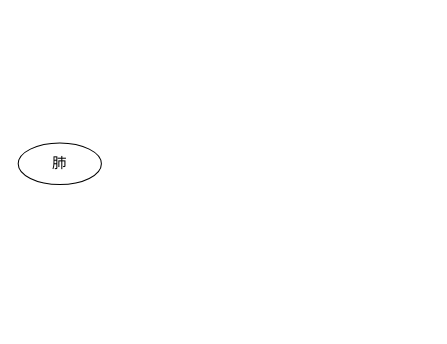
Before: 医门推敲叁/中医藏象学说/藏像学说之肺/肺的主要生理功能/肺朝百脉.drawio in 328507133/chart, a draw.io diagram. Source tidied: cells renumbered, new cells numbered last; positions are measured from the earlier drawing's top-left corner, leaving out a move shared by most shapes. Both pictures are drawn from the tidied source at 104%, with x=0, y=0 at pixel (18, 142).
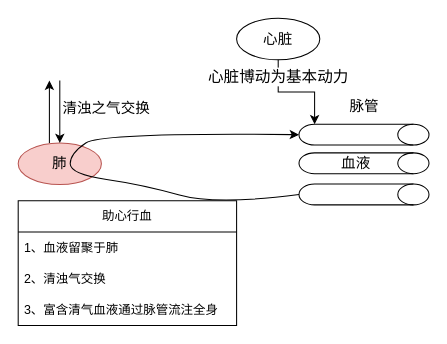
The same diagram, later.

Commit message (it also covers changes not shown here):
更新肺朝百脉.drawio

What changed in the source:
```diff
@@
-    <mxCell id="2" value="肺" style="ellipse;whiteSpace=wrap;html=1;fontSize=14;" parent="1" vertex="1">
+    <mxCell id="2" value="肺" style="ellipse;whiteSpace=wrap;html=1;fontSize=14;fillColor=#f8cecc;strokeColor=#b85450;" parent="1" vertex="1">
       <mxGeometry width="80" height="40" as="geometry" />
     </mxCell>
+    <mxCell id="3" style="group;" parent="1" vertex="1">
+      <mxGeometry x="270" y="-18" width="125" height="77.5" as="geometry" />
+    </mxCell>
+    <mxCell id="4" style="shape=cylinder3;whiteSpace=wrap;html=1;boundedLbl=1;backgroundOutline=1;size=15;rotation=90;" parent="3" vertex="1">
+      <mxGeometry x="52.5" y="-52.5" width="20" height="125" as="geometry" />
+    </mxCell>
+    <mxCell id="5" style="shape=cylinder3;whiteSpace=wrap;html=1;boundedLbl=1;backgroundOutline=1;size=15;rotation=90;" parent="3" vertex="1">
+      <mxGeometry x="52.5" y="-25" width="20" height="125" as="geometry" />
+    </mxCell>
+    <mxCell id="6" style="shape=cylinder3;whiteSpace=wrap;html=1;boundedLbl=1;backgroundOutline=1;size=15;rotation=90;" parent="3" vertex="1">
+      <mxGeometry x="52.5" y="5" width="20" height="125" as="geometry" />
+    </mxCell>
+    <mxCell id="7" value="血液" style="text;html=1;align=center;verticalAlign=middle;whiteSpace=wrap;rounded=0;fontSize=14;" parent="3" vertex="1">
+      <mxGeometry x="25" y="23" width="60" height="30" as="geometry" />
+    </mxCell>
+    <mxCell id="8" style="curved=1;endArrow=classic;html=1;rounded=0;entryX=0.5;entryY=1;entryDx=0;entryDy=0;entryPerimeter=0;exitX=0.5;exitY=1;exitDx=0;exitDy=0;exitPerimeter=0;" parent="3" edge="1" source="6" target="4">
+      <mxGeometry relative="1" as="geometry">
+        <Array as="points">
+          <mxPoint x="-80" y="78" />
+          <mxPoint x="-150" y="58" />
+          <mxPoint x="-220" y="48" />
+          <mxPoint x="-220" y="28" />
+          <mxPoint x="-190" y="8" />
+        </Array>
+      </mxGeometry>
+    </mxCell>
+    <mxCell id="9" value="脉管" style="text;html=1;align=center;verticalAlign=middle;whiteSpace=wrap;rounded=0;fontSize=14;" parent="1" vertex="1">
+      <mxGeometry x="302.5" y="-50" width="60" height="30" as="geometry" />
+    </mxCell>
+    <mxCell id="10" style="endArrow=classic;html=1;rounded=0;" parent="1" edge="1">
+      <mxGeometry relative="1" as="geometry">
+        <mxPoint x="30" as="sourcePoint" />
+        <mxPoint x="30" y="-60" as="targetPoint" />
+      </mxGeometry>
+    </mxCell>
+    <mxCell id="11" style="endArrow=classic;html=1;rounded=0;" parent="1" edge="1" target="2">
+      <mxGeometry relative="1" as="geometry">
+        <mxPoint x="40" y="-60" as="sourcePoint" />
+      </mxGeometry>
+    </mxCell>
+    <mxCell id="12" value="清浊之气交换" style="text;html=1;align=center;verticalAlign=middle;whiteSpace=wrap;rounded=0;fontSize=14;" parent="1" vertex="1">
+      <mxGeometry x="40" y="-48" width="90" height="30" as="geometry" />
+    </mxCell>
+    <mxCell id="13" value="助心行血" style="swimlane;fontStyle=0;horizontal=1;startSize=30;whiteSpace=wrap;html=1;" parent="1" vertex="1">
+      <mxGeometry y="55.5" width="210" height="120" as="geometry" />
+    </mxCell>
+    <mxCell id="14" value="1、血液留聚于肺" style="text;strokeColor=none;fillColor=none;align=left;verticalAlign=middle;spacingLeft=4;spacingRight=4;overflow=hidden;whiteSpace=wrap;html=1;" parent="13" vertex="1">
+      <mxGeometry y="30" width="210" height="30" as="geometry" />
+    </mxCell>
+    <mxCell id="15" value="2、清浊气交换" style="text;strokeColor=none;fillColor=none;align=left;verticalAlign=middle;spacingLeft=4;spacingRight=4;overflow=hidden;whiteSpace=wrap;html=1;" parent="13" vertex="1">
+      <mxGeometry y="60" width="210" height="30" as="geometry" />
+    </mxCell>
+    <mxCell id="16" value="3、富含清气血液通过脉管流注全身" style="text;strokeColor=none;fillColor=none;align=left;verticalAlign=middle;spacingLeft=4;spacingRight=4;overflow=hidden;whiteSpace=wrap;html=1;" parent="13" vertex="1">
+      <mxGeometry y="90" width="210" height="30" as="geometry" />
+    </mxCell>
+    <mxCell id="17" value="心脏" style="ellipse;whiteSpace=wrap;html=1;fontSize=14;" parent="1" vertex="1">
+      <mxGeometry x="210" y="-120" width="80" height="40" as="geometry" />
+    </mxCell>
+    <mxCell id="18" style="edgeStyle=orthogonalEdgeStyle;rounded=0;jettySize=auto;html=1;exitX=0.5;exitY=1;exitDx=0;exitDy=0;entryX=0;entryY=1;entryDx=0;entryDy=-15;entryPerimeter=0;" parent="1" edge="1" source="17" target="4">
+      <mxGeometry relative="1" as="geometry" />
+    </mxCell>
+    <mxCell id="19" value="心脏博动为基本动力" style="edgeLabel;html=1;align=center;verticalAlign=middle;fontSize=15;" parent="18" vertex="1">
+      <mxGeometry x="-0.7" y="-1" relative="1" as="geometry" />
+    </mxCell>
```
